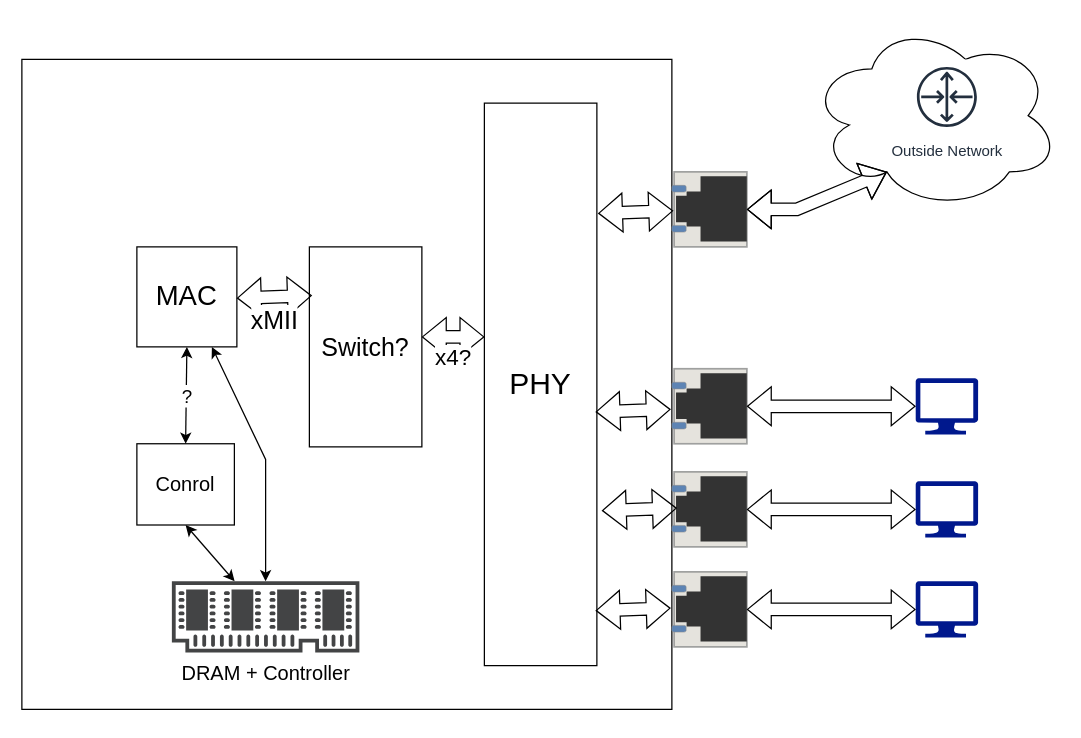
The draw.io diagram page "Page-2" (2 of 2) of diagrams/router.drawio in rustbox/discussion, before the edit. Source tidied: cells renumbered, new cells numbered last; positions are measured from the earlier drawing's top-left corner, leaving out a move shared by most shapes. Both pictures are drawn from the tidied source at 125%, with x=0, y=0 at pixel (21, 21).
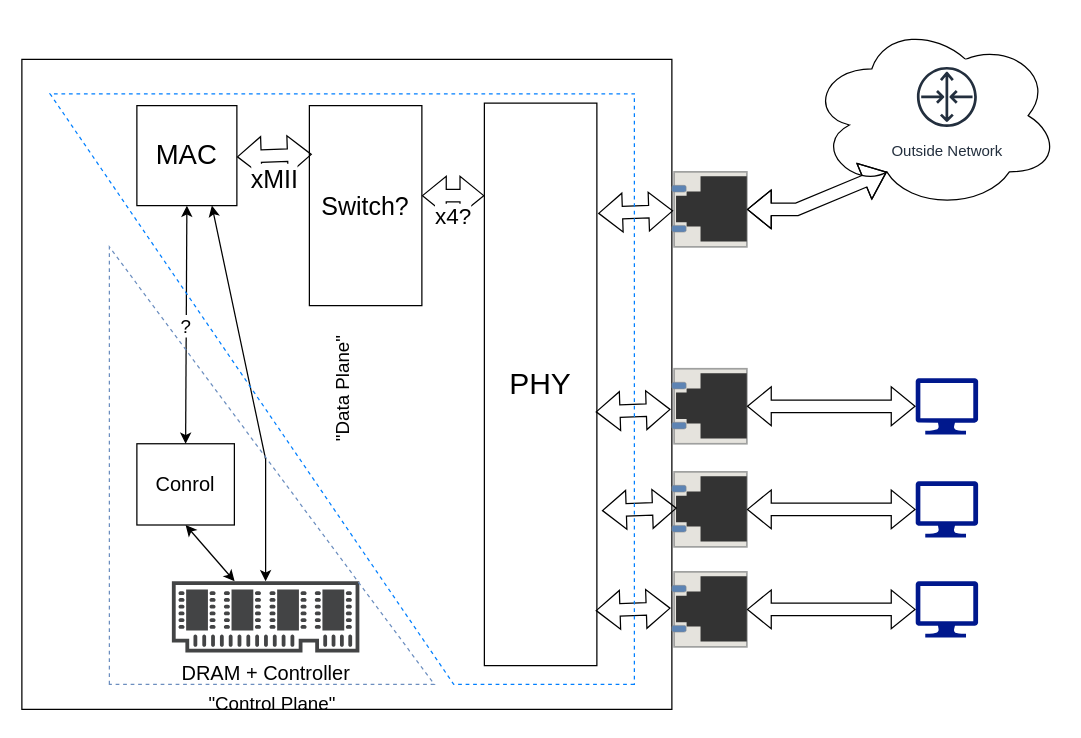
The same page after the edit.

Commit message:
control plane + data plane

Diff of the diagram source:
```diff
@@
     <mxCell id="21" value="&lt;font style=&quot;font-size: 20px;&quot;&gt;Switch?&lt;/font&gt;" style="rounded=0;whiteSpace=wrap;html=1;" parent="1" vertex="1">
-      <mxGeometry x="230" y="180" width="90" height="160" as="geometry" />
+      <mxGeometry x="230" y="67" width="90" height="160" as="geometry" />
     </mxCell>
     <mxCell id="22" value="&lt;div&gt;x4?&lt;/div&gt;" style="shape=flexArrow;endArrow=classic;startArrow=classic;html=1;rounded=0;exitX=1.011;exitY=0.196;exitDx=0;exitDy=0;exitPerimeter=0;fontSize=18;verticalAlign=top;" parent="1" edge="1">
       <mxGeometry relative="1" as="geometry">
-        <mxPoint x="320" y="252" as="sourcePoint" />
-        <mxPoint x="370" y="252" as="targetPoint" />
+        <mxPoint x="320" y="139" as="sourcePoint" />
+        <mxPoint x="370" y="139" as="targetPoint" />
       </mxGeometry>
     </mxCell>
     <mxCell id="23" value="&lt;font style=&quot;font-size: 22px;&quot;&gt;MAC&lt;/font&gt;" style="whiteSpace=wrap;html=1;" parent="1" vertex="1">
-      <mxGeometry x="92" y="180" width="80" height="80" as="geometry" />
+      <mxGeometry x="92" y="67" width="80" height="80" as="geometry" />
     </mxCell>
     <mxCell id="24" value="xMII" style="shape=flexArrow;endArrow=classic;startArrow=classic;html=1;rounded=0;exitX=1.011;exitY=0.196;exitDx=0;exitDy=0;exitPerimeter=0;entryX=1.002;entryY=0.233;entryDx=0;entryDy=0;entryPerimeter=0;fontSize=20;verticalAlign=top;" parent="1" edge="1">
       <mxGeometry relative="1" as="geometry">
-        <mxPoint x="172" y="221" as="sourcePoint" />
-        <mxPoint x="232" y="219" as="targetPoint" />
+        <mxPoint x="172" y="108" as="sourcePoint" />
+        <mxPoint x="232" y="106" as="targetPoint" />
       </mxGeometry>
     </mxCell>
@@
+    <mxCell id="30" value="&lt;div&gt;&quot;Data Plane&quot;&lt;/div&gt;" style="shape=manualInput;whiteSpace=wrap;html=1;rotation=-90;fillColor=none;dashed=1;size=323;fontSize=15;strokeColor=#007FFF;" parent="1" vertex="1">
+      <mxGeometry x="20" y="60" width="472.5" height="467.5" as="geometry" />
+    </mxCell>
+    <mxCell id="31" value="&quot;Control Plane&quot;" style="verticalLabelPosition=bottom;verticalAlign=top;html=1;shape=mxgraph.basic.orthogonal_triangle;rotation=0;dashed=1;fillColor=none;fontSize=15;horizontal=1;strokeColor=#6C8EBF;" parent="1" vertex="1">
+      <mxGeometry x="70" y="180" width="260" height="350" as="geometry" />
+    </mxCell>
```
